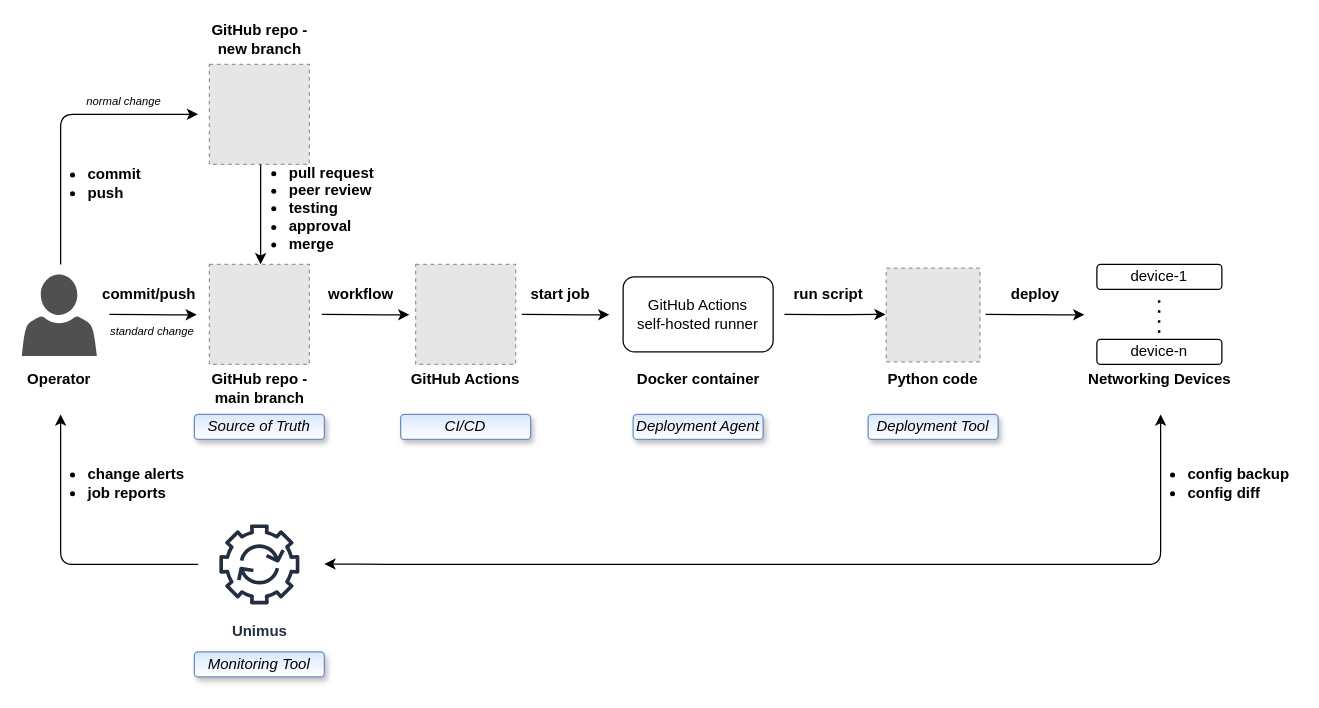
This is diagram-network-automation-github-actions.drawio from gdmoney/network-automation-github-actions, a draw.io file, before an edit. Source tidied: cells renumbered, new cells numbered last; positions are measured from the earlier drawing's top-left corner, leaving out a move shared by most shapes. Both pictures are drawn from the tidied source at 125%, with x=0, y=0 at pixel (21, 26). Pictures stored in the file or linked from it are replaced by grey dashed boxes.
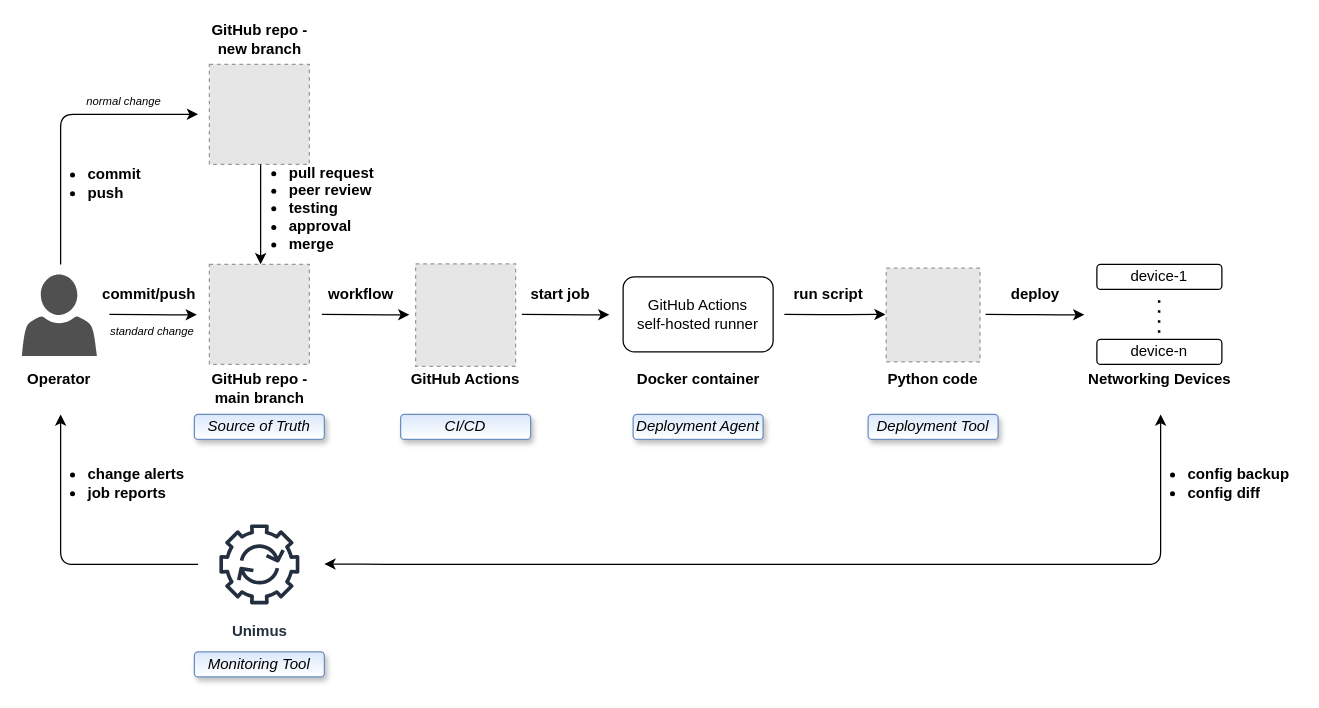
The same diagram, later.

The edit, as a diff of the source:
```diff
@@
-    <mxCell id="19" style="fillColor=#E6E6E6;strokeColor=#999999;dashed=1;html=1;verticalAlign=top;verticalLabelPosition=bottom;labelBackgroundColor=#ffffff;" parent="1" vertex="1">
-      <mxGeometry x="315" y="190" width="80" height="80" as="geometry" />
-    </mxCell>
@@
+    <mxCell id="44" style="fillColor=#E6E6E6;strokeColor=#999999;dashed=1;verticalLabelPosition=bottom;labelBackgroundColor=#ffffff;verticalAlign=top;" parent="1" vertex="1">
+      <mxGeometry x="315" y="189.5" width="80" height="82" as="geometry" />
+    </mxCell>
```
